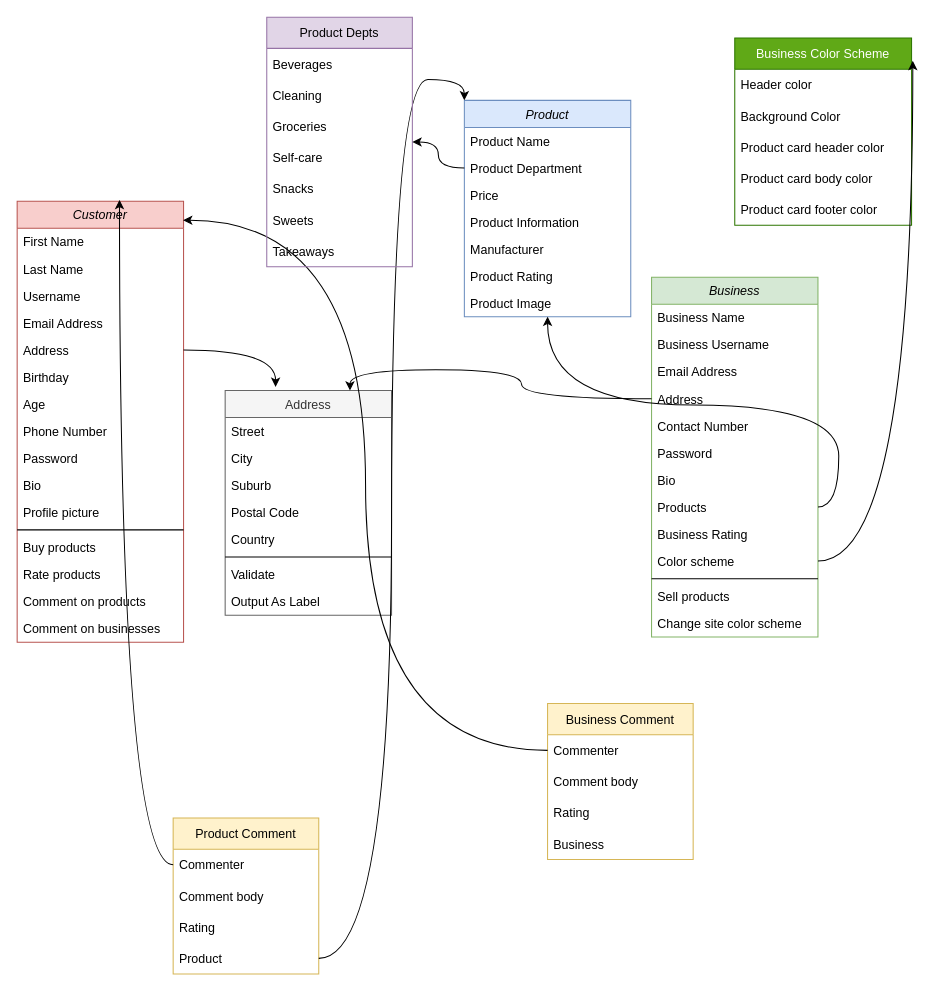
The draw.io diagram DatabaseLayout.drawio in gdsc-uwc/gdsc_project, before the edit. Source tidied: cells renumbered, new cells numbered last; positions are measured from the earlier drawing's top-left corner, leaving out a move shared by most shapes. Both pictures are drawn from the tidied source at 104%, with x=0, y=0 at pixel (17, 17).
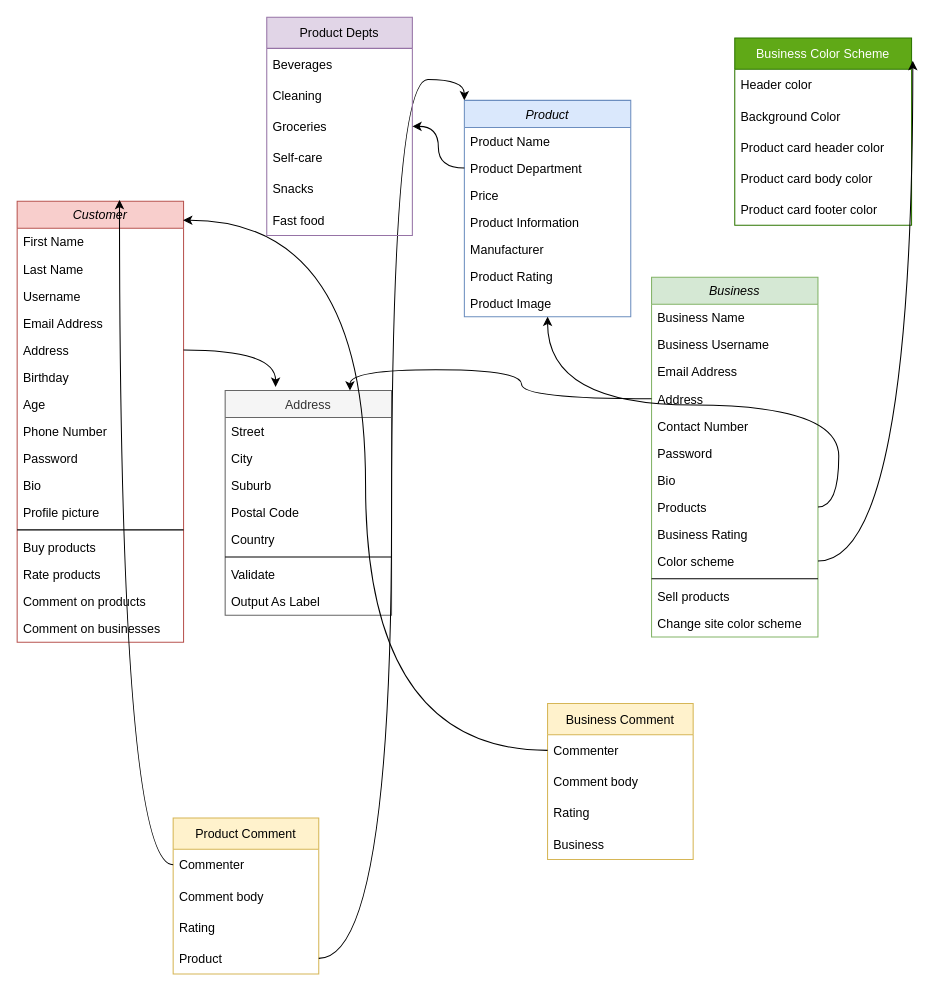
The same page after the edit.

What changed in the source:
```diff
@@
     <mxCell id="66" value="Product Depts" style="swimlane;fontStyle=0;horizontal=1;startSize=30;fillColor=#e1d5e7;strokeColor=#9673a6;" parent="1" vertex="1">
-      <mxGeometry x="240" width="140" height="240" as="geometry" />
+      <mxGeometry x="240" width="140" height="210" as="geometry" />
     </mxCell>
@@
-    <mxCell id="72" value="Sweets" style="text;strokeColor=none;fillColor=none;align=left;verticalAlign=middle;spacingLeft=4;spacingRight=4;overflow=hidden;" parent="66" vertex="1">
-      <mxGeometry y="180" width="140" height="30" as="geometry" />
-    </mxCell>
-    <mxCell id="73" value="Takeaways" style="text;strokeColor=none;fillColor=none;align=left;verticalAlign=middle;spacingLeft=4;spacingRight=4;overflow=hidden;" parent="66" vertex="1">
-      <mxGeometry y="210" width="140" height="30" as="geometry" />
+    <mxCell id="73" value="Fast food" style="text;strokeColor=none;fillColor=none;align=left;verticalAlign=middle;spacingLeft=4;spacingRight=4;overflow=hidden;" parent="66" vertex="1">
+      <mxGeometry y="180" width="140" height="30" as="geometry" />
     </mxCell>
```
